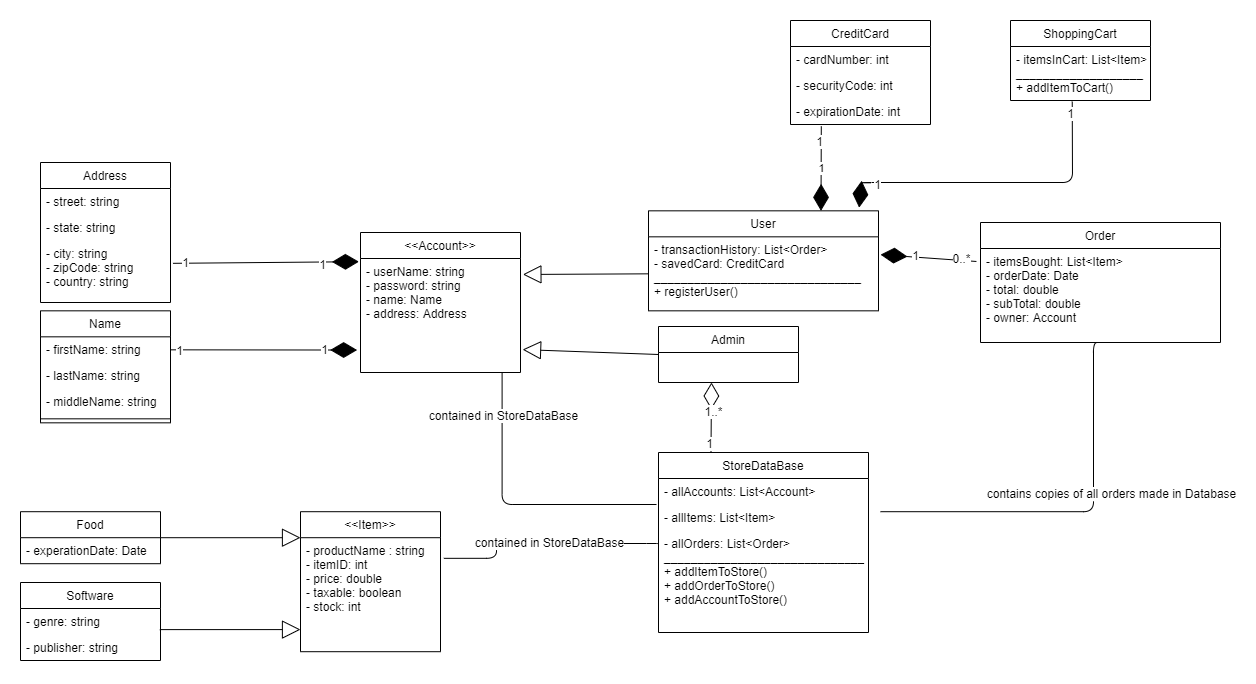
Earlier version of the draw.io export ProjectUMLClassDiagram.png (BahadirKiziltepe/cse248-shopping-cart). Source tidied: cells renumbered, new cells last; positions are measured from the earlier drawing's top-left corner, leaving out a move shared by most shapes.
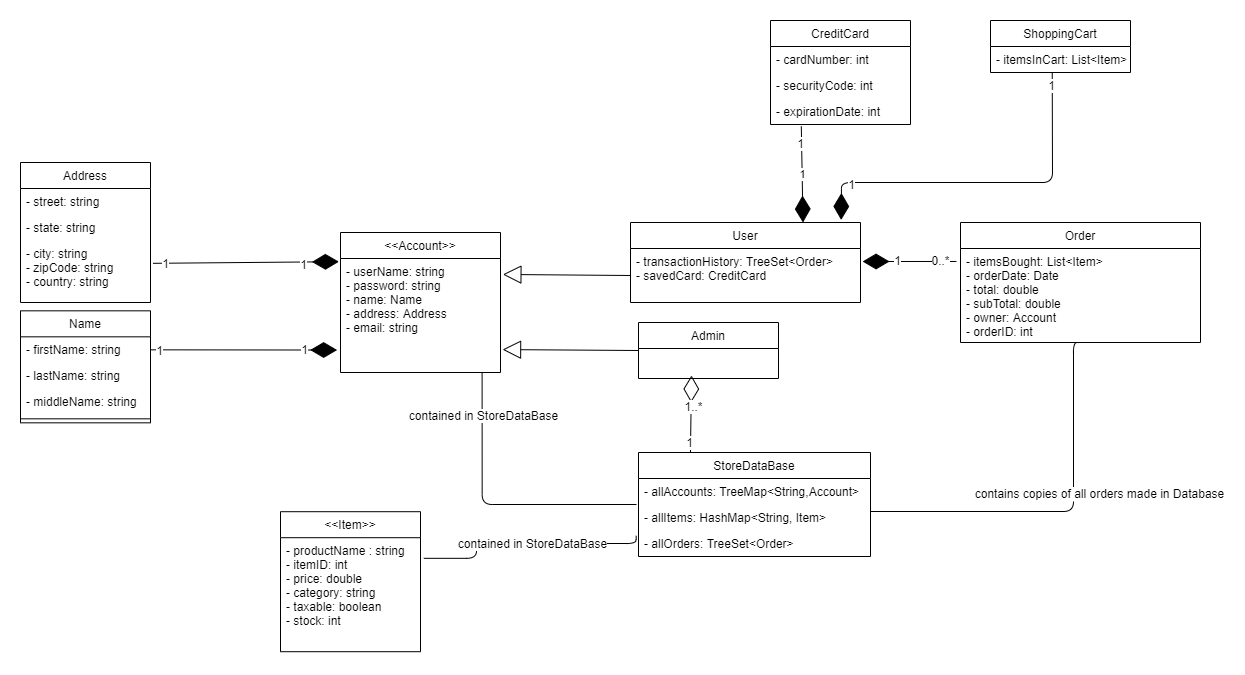
Later version of the same file.

Commit message:
updated Class diagram, removed shortcut methods from Account

Change to the diagram source:
```diff
@@ -44,56 +44,41 @@
     <mxCell id="15" value="Order" style="swimlane;fontStyle=0;horizontal=1;startSize=26;fillColor=none;" parent="1" vertex="1">
       <mxGeometry x="960" y="202" width="240" height="120" as="geometry" />
     </mxCell>
-    <mxCell id="16" value="- itemsBought: List&lt;Item&gt;&#10;- orderDate: Date&#10;- total: double&#10;- subTotal: double&#10;- owner: Account" style="text;strokeColor=none;fillColor=none;align=left;verticalAlign=top;spacingLeft=4;spacingRight=4;overflow=hidden;points=[[0,0.5],[1,0.5]];portConstraint=eastwest;" parent="15" vertex="1">
+    <mxCell id="16" value="- itemsBought: List&lt;Item&gt;&#10;- orderDate: Date&#10;- total: double&#10;- subTotal: double&#10;- owner: Account&#10;- orderID: int" style="text;strokeColor=none;fillColor=none;align=left;verticalAlign=top;spacingLeft=4;spacingRight=4;overflow=hidden;points=[[0,0.5],[1,0.5]];portConstraint=eastwest;" parent="15" vertex="1">
       <mxGeometry y="26" width="240" height="94" as="geometry" />
     </mxCell>
     <mxCell id="17" value="&lt;&lt;Account&gt;&gt;" style="swimlane;fontStyle=0;horizontal=1;startSize=26;fillColor=none;" parent="1" vertex="1">
       <mxGeometry x="340" y="212" width="160" height="140" as="geometry" />
     </mxCell>
-    <mxCell id="18" value="- userName: string&#10;- password: string&#10;- name: Name&#10;- address: Address&#10;" style="text;strokeColor=none;fillColor=none;align=left;verticalAlign=top;spacingLeft=4;spacingRight=4;overflow=hidden;points=[[0,0.5],[1,0.5]];portConstraint=eastwest;" parent="17" vertex="1">
+    <mxCell id="18" value="- userName: string&#10;- password: string&#10;- name: Name&#10;- address: Address&#10;- email: string" style="text;strokeColor=none;fillColor=none;align=left;verticalAlign=top;spacingLeft=4;spacingRight=4;overflow=hidden;points=[[0,0.5],[1,0.5]];portConstraint=eastwest;" parent="17" vertex="1">
       <mxGeometry y="26" width="160" height="114" as="geometry" />
     </mxCell>
     <mxCell id="19" value="User" style="swimlane;fontStyle=0;horizontal=1;startSize=26;fillColor=none;" parent="1" vertex="1">
-      <mxGeometry x="628" y="190.3" width="230" height="100" as="geometry" />
+      <mxGeometry x="630" y="202" width="230" height="80" as="geometry" />
     </mxCell>
-    <mxCell id="20" value="- transactionHistory: List&lt;Order&gt;&#10;- savedCard: CreditCard&#10;_______________________________&#10;+ registerUser()&#10;" style="text;strokeColor=none;fillColor=none;align=left;verticalAlign=top;spacingLeft=4;spacingRight=4;overflow=hidden;points=[[0,0.5],[1,0.5]];portConstraint=eastwest;" parent="19" vertex="1">
-      <mxGeometry y="26" width="230" height="74" as="geometry" />
+    <mxCell id="20" value="- transactionHistory: TreeSet&lt;Order&gt;&#10;- savedCard: CreditCard&#10;" style="text;strokeColor=none;fillColor=none;align=left;verticalAlign=top;spacingLeft=4;spacingRight=4;overflow=hidden;points=[[0,0.5],[1,0.5]];portConstraint=eastwest;" parent="19" vertex="1">
+      <mxGeometry y="26" width="230" height="54" as="geometry" />
     </mxCell>
     <mxCell id="21" value="Admin" style="swimlane;fontStyle=0;horizontal=1;startSize=26;fillColor=none;" parent="1" vertex="1">
-      <mxGeometry x="638" y="306" width="140" height="56" as="geometry" />
+      <mxGeometry x="638" y="302" width="140" height="56" as="geometry" />
     </mxCell>
     <mxCell id="22" value="&lt;&lt;Item&gt;&gt;" style="swimlane;fontStyle=0;horizontal=1;startSize=26;fillColor=none;" parent="1" vertex="1">
       <mxGeometry x="280" y="491.2" width="140" height="140" as="geometry" />
     </mxCell>
-    <mxCell id="23" value="- productName : string&#10;- itemID: int&#10;- price: double&#10;- taxable: boolean&#10;- stock: int" style="text;strokeColor=none;fillColor=none;align=left;verticalAlign=top;spacingLeft=4;spacingRight=4;overflow=hidden;points=[[0,0.5],[1,0.5]];portConstraint=eastwest;" parent="22" vertex="1">
+    <mxCell id="23" value="- productName : string&#10;- itemID: int&#10;- price: double&#10;- category: string&#10;- taxable: boolean&#10;- stock: int" style="text;strokeColor=none;fillColor=none;align=left;verticalAlign=top;spacingLeft=4;spacingRight=4;overflow=hidden;points=[[0,0.5],[1,0.5]];portConstraint=eastwest;" parent="22" vertex="1">
       <mxGeometry y="26" width="140" height="114" as="geometry" />
     </mxCell>
-    <mxCell id="24" value="Software" style="swimlane;fontStyle=0;horizontal=1;startSize=26;fillColor=none;" parent="1" vertex="1">
-      <mxGeometry y="562" width="140" height="78" as="geometry" />
-    </mxCell>
-    <mxCell id="25" value="- genre: string" style="text;strokeColor=none;fillColor=none;align=left;verticalAlign=top;spacingLeft=4;spacingRight=4;overflow=hidden;points=[[0,0.5],[1,0.5]];portConstraint=eastwest;" parent="24" vertex="1">
-      <mxGeometry y="26" width="140" height="26" as="geometry" />
-    </mxCell>
-    <mxCell id="26" value="- publisher: string" style="text;strokeColor=none;fillColor=none;align=left;verticalAlign=top;spacingLeft=4;spacingRight=4;overflow=hidden;" parent="24" vertex="1">
-      <mxGeometry y="52" width="140" height="26" as="geometry" />
-    </mxCell>
-    <mxCell id="27" value="Food" style="swimlane;fontStyle=0;horizontal=1;startSize=26;fillColor=none;" parent="1" vertex="1">
-      <mxGeometry y="491.2" width="140" height="52" as="geometry" />
-    </mxCell>
-    <mxCell id="28" value="- experationDate: Date" style="text;strokeColor=none;fillColor=none;align=left;verticalAlign=top;spacingLeft=4;spacingRight=4;overflow=hidden;" parent="27" vertex="1">
-      <mxGeometry y="26" width="140" height="26" as="geometry" />
-    </mxCell>
     <mxCell id="29" value="StoreDataBase" style="swimlane;fontStyle=0;horizontal=1;startSize=26;fillColor=none;" parent="1" vertex="1">
-      <mxGeometry x="638" y="432" width="210" height="180" as="geometry" />
+      <mxGeometry x="638" y="432" width="232" height="104" as="geometry" />
     </mxCell>
-    <mxCell id="30" value="- allAccounts: List&lt;Account&gt;" style="text;strokeColor=none;fillColor=none;align=left;verticalAlign=top;spacingLeft=4;spacingRight=4;overflow=hidden;" parent="29" vertex="1">
-      <mxGeometry y="26" width="210" height="26" as="geometry" />
+    <mxCell id="30" value="- allAccounts: TreeMap&lt;String,Account&gt;" style="text;strokeColor=none;fillColor=none;align=left;verticalAlign=top;spacingLeft=4;spacingRight=4;overflow=hidden;" parent="29" vertex="1">
+      <mxGeometry y="26" width="232" height="26" as="geometry" />
     </mxCell>
-    <mxCell id="31" value="- allItems: List&lt;Item&gt;" style="text;strokeColor=none;fillColor=none;align=left;verticalAlign=top;spacingLeft=4;spacingRight=4;overflow=hidden;" parent="29" vertex="1">
-      <mxGeometry y="52" width="210" height="26" as="geometry" />
+    <mxCell id="31" value="- allItems: HashMap&lt;String, Item&gt;" style="text;strokeColor=none;fillColor=none;align=left;verticalAlign=top;spacingLeft=4;spacingRight=4;overflow=hidden;" parent="29" vertex="1">
+      <mxGeometry y="52" width="232" height="26" as="geometry" />
     </mxCell>
-    <mxCell id="32" value="- allOrders: List&lt;Order&gt;&#10;______________________________&#10;+ addItemToStore()&#10;+ addOrderToStore()&#10;+ addAccountToStore()" style="text;strokeColor=none;fillColor=none;align=left;verticalAlign=top;spacingLeft=4;spacingRight=4;overflow=hidden;points=[[0,0.5],[1,0.5]];portConstraint=eastwest;" parent="29" vertex="1">
-      <mxGeometry y="78" width="210" height="102" as="geometry" />
+    <mxCell id="32" value="- allOrders: TreeSet&lt;Order&gt;" style="text;strokeColor=none;fillColor=none;align=left;verticalAlign=top;spacingLeft=4;spacingRight=4;overflow=hidden;points=[[0,0.5],[1,0.5]];portConstraint=eastwest;" parent="29" vertex="1">
+      <mxGeometry y="78" width="232" height="26" as="geometry" />
     </mxCell>
     <mxCell id="33" style="endArrow=block;endSize=16;endFill=0;html=1;exitX=0;exitY=0.5;exitDx=0;exitDy=0;entryX=1.015;entryY=0.14;entryDx=0;entryDy=0;entryPerimeter=0;" parent="1" edge="1" source="20" target="18">
       <mxGeometry relative="1" as="geometry" />
@@ -101,12 +86,6 @@
     <mxCell id="34" style="endArrow=block;endSize=16;endFill=0;html=1;exitX=0;exitY=0.5;exitDx=0;exitDy=0;entryX=1.013;entryY=0.799;entryDx=0;entryDy=0;entryPerimeter=0;" parent="1" edge="1" source="21" target="18">
       <mxGeometry relative="1" as="geometry" />
     </mxCell>
-    <mxCell id="35" style="endArrow=block;endSize=16;endFill=0;html=1;exitX=0.995;exitY=0.812;exitDx=0;exitDy=0;exitPerimeter=0;entryX=0;entryY=0.806;entryDx=0;entryDy=0;entryPerimeter=0;" parent="1" edge="1" source="25" target="23">
-      <mxGeometry relative="1" as="geometry" />
-    </mxCell>
-    <mxCell id="36" style="endArrow=block;endSize=16;endFill=0;html=1;entryX=0;entryY=0;entryDx=0;entryDy=0;exitX=1;exitY=0.5;exitDx=0;exitDy=0;entryPerimeter=0;" parent="1" edge="1" source="27" target="23">
-      <mxGeometry relative="1" as="geometry" />
-    </mxCell>
     <mxCell id="37" style="endArrow=diamondThin;endFill=1;endSize=24;html=1;entryX=1.009;entryY=0.241;entryDx=0;entryDy=0;entryPerimeter=0;exitX=-0.017;exitY=0.138;exitDx=0;exitDy=0;exitPerimeter=0;" parent="1" edge="1" source="16" target="20">
       <mxGeometry relative="1" as="geometry" />
     </mxCell>
@@ -140,9 +119,9 @@
     <mxCell id="47" value="1" style="text;html=1;align=center;verticalAlign=middle;labelBackgroundColor=#ffffff;" parent="46" vertex="1">
       <mxGeometry x="-0.64" y="-2" relative="1" as="geometry" />
     </mxCell>
-    <mxCell id="48" style="endArrow=diamondThin;endFill=0;endSize=24;html=1;exitX=0.25;exitY=0;exitDx=0;exitDy=0;" parent="1" edge="1" source="29">
+    <mxCell id="48" style="endArrow=diamondThin;endFill=0;endSize=24;html=1;exitX=0.224;exitY=-0.004;exitDx=0;exitDy=0;exitPerimeter=0;" parent="1" edge="1" source="29">
       <mxGeometry relative="1" as="geometry">
-        <mxPoint x="691" y="362" as="targetPoint" />
+        <mxPoint x="691" y="355" as="targetPoint" />
       </mxGeometry>
     </mxCell>
     <mxCell id="49" value="1" style="text;html=1;align=center;verticalAlign=middle;labelBackgroundColor=#ffffff;" parent="48" vertex="1">
@@ -170,7 +149,7 @@
     <mxCell id="54" value="contained in StoreDataBase" style="text;html=1;align=center;verticalAlign=middle;labelBackgroundColor=#ffffff;" parent="51" vertex="1">
       <mxGeometry x="-0.71" y="1" relative="1" as="geometry" />
     </mxCell>
-    <mxCell id="55" style="endArrow=none;html=1;edgeStyle=orthogonalEdgeStyle;exitX=1.024;exitY=0.181;exitDx=0;exitDy=0;exitPerimeter=0;entryX=-0.001;entryY=0.128;entryDx=0;entryDy=0;entryPerimeter=0;" parent="1" edge="1" source="23" target="32">
+    <mxCell id="55" style="endArrow=none;html=1;edgeStyle=orthogonalEdgeStyle;exitX=1.024;exitY=0.181;exitDx=0;exitDy=0;exitPerimeter=0;entryX=-0.01;entryY=0.205;entryDx=0;entryDy=0;entryPerimeter=0;" parent="1" edge="1" source="23" target="32">
       <mxGeometry relative="1" as="geometry">
         <Array as="points">
           <mxPoint x="476" y="538" />
@@ -192,9 +171,9 @@
         <mxPoint x="72.5" y="-14.8" as="offset" />
       </mxGeometry>
     </mxCell>
-    <mxCell id="59" style="endArrow=none;html=1;edgeStyle=orthogonalEdgeStyle;exitX=1.024;exitY=0.181;exitDx=0;exitDy=0;exitPerimeter=0;entryX=0.5;entryY=1;entryDx=0;entryDy=0;" parent="1" edge="1" target="15">
+    <mxCell id="59" style="endArrow=none;html=1;edgeStyle=orthogonalEdgeStyle;entryX=0.5;entryY=1;entryDx=0;entryDy=0;" parent="1" edge="1" target="15">
       <mxGeometry relative="1" as="geometry">
-        <mxPoint x="860" y="491.2" as="sourcePoint" />
+        <mxPoint x="870" y="491" as="sourcePoint" />
         <Array as="points">
           <mxPoint x="1073" y="491" />
           <mxPoint x="1073" y="322" />
@@ -215,10 +194,10 @@
       </mxGeometry>
     </mxCell>
     <mxCell id="63" value="ShoppingCart" style="swimlane;fontStyle=0;horizontal=1;startSize=26;fillColor=none;" parent="1" vertex="1">
-      <mxGeometry x="990" width="140" height="80" as="geometry" />
+      <mxGeometry x="990" width="140" height="52" as="geometry" />
     </mxCell>
-    <mxCell id="64" value="- itemsInCart: List&lt;Item&gt;&#10;___________________&#10;+ addItemToCart()" style="text;strokeColor=none;fillColor=none;align=left;verticalAlign=top;spacingLeft=4;spacingRight=4;overflow=hidden;points=[[0,0.5],[1,0.5]];portConstraint=eastwest;" parent="63" vertex="1">
-      <mxGeometry y="26" width="140" height="54" as="geometry" />
+    <mxCell id="64" value="- itemsInCart: List&lt;Item&gt;" style="text;strokeColor=none;fillColor=none;align=left;verticalAlign=top;spacingLeft=4;spacingRight=4;overflow=hidden;points=[[0,0.5],[1,0.5]];portConstraint=eastwest;" parent="63" vertex="1">
+      <mxGeometry y="26" width="140" height="26" as="geometry" />
     </mxCell>
     <mxCell id="65" style="endArrow=diamondThin;endFill=1;endSize=24;html=1;exitX=0.441;exitY=1.021;exitDx=0;exitDy=0;exitPerimeter=0;entryX=0.916;entryY=-0.032;entryDx=0;entryDy=0;entryPerimeter=0;" parent="1" edge="1" source="64" target="19">
       <mxGeometry relative="1" as="geometry">
```
